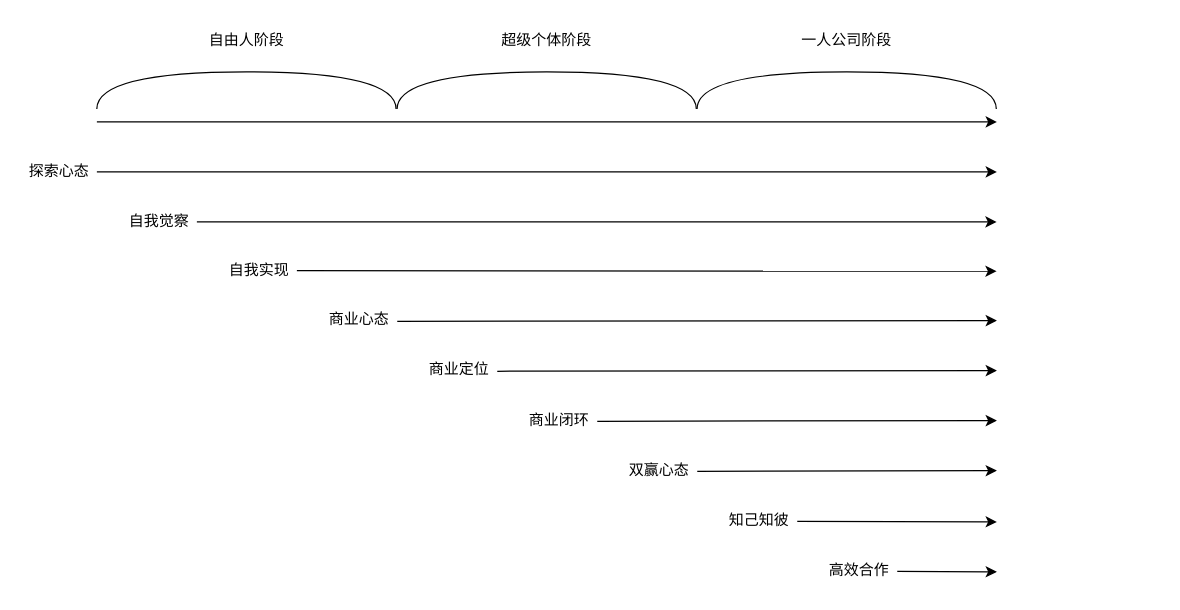
Before: 自由人成长体系.drawio in youyusan/life_system, a draw.io diagram. Source tidied: cells renumbered, new cells numbered last; positions are measured from the earlier drawing's top-left corner, leaving out a move shared by most shapes. Both pictures are drawn from the tidied source at 125%, with x=0, y=0 at pixel (21, -60).
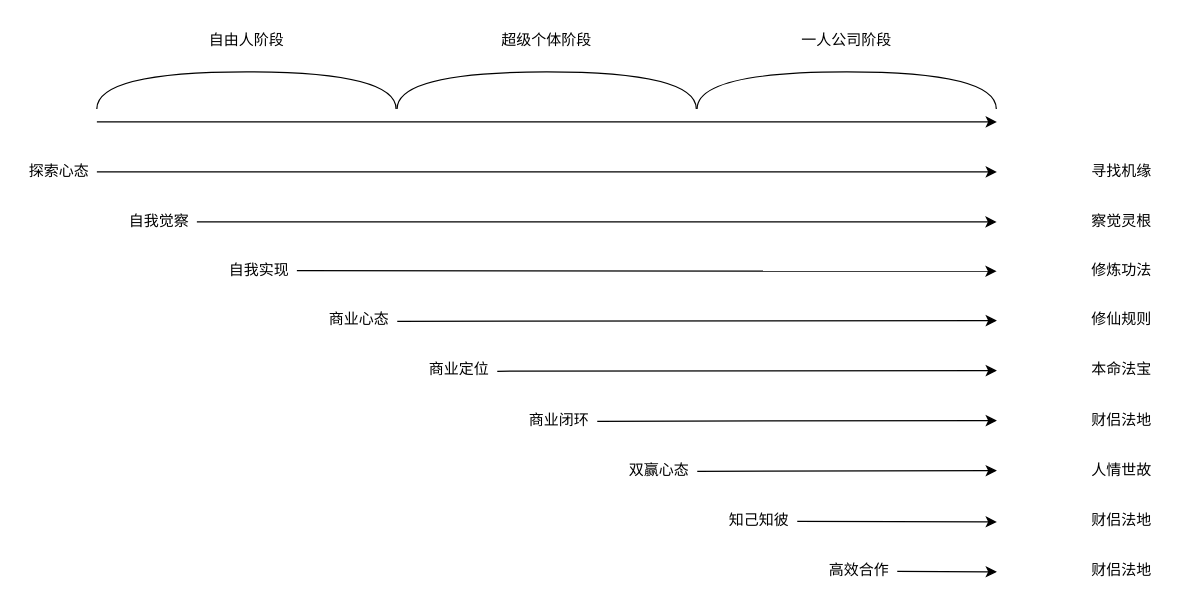
Above is the later version.

Commit message (it also covers changes not shown here):
更新自由人成长体系.drawio

The edit, as a diff of the source:
```diff
@@
+    <mxCell id="27" value="寻找机缘" style="text;html=1;align=center;verticalAlign=middle;whiteSpace=wrap;rounded=0;" parent="1" vertex="1">
+      <mxGeometry x="850" y="170" width="60" height="30" as="geometry" />
+    </mxCell>
+    <mxCell id="28" value="察觉灵根" style="text;html=1;align=center;verticalAlign=middle;whiteSpace=wrap;rounded=0;" parent="1" vertex="1">
+      <mxGeometry x="850" y="209.5" width="60" height="30" as="geometry" />
+    </mxCell>
+    <mxCell id="29" value="修炼功法" style="text;html=1;align=center;verticalAlign=middle;whiteSpace=wrap;rounded=0;" parent="1" vertex="1">
+      <mxGeometry x="850" y="249" width="60" height="30" as="geometry" />
+    </mxCell>
+    <mxCell id="30" value="修仙规则" style="text;html=1;align=center;verticalAlign=middle;whiteSpace=wrap;rounded=0;" parent="1" vertex="1">
+      <mxGeometry x="850" y="288" width="60" height="30" as="geometry" />
+    </mxCell>
+    <mxCell id="31" value="本命法宝" style="text;html=1;align=center;verticalAlign=middle;whiteSpace=wrap;rounded=0;" parent="1" vertex="1">
+      <mxGeometry x="850" y="328" width="60" height="30" as="geometry" />
+    </mxCell>
+    <mxCell id="32" value="财侣法地" style="text;html=1;align=center;verticalAlign=middle;whiteSpace=wrap;rounded=0;" parent="1" vertex="1">
+      <mxGeometry x="850" y="369" width="60" height="30" as="geometry" />
+    </mxCell>
+    <mxCell id="33" value="人情世故" style="text;html=1;align=center;verticalAlign=middle;whiteSpace=wrap;rounded=0;" parent="1" vertex="1">
+      <mxGeometry x="850" y="409" width="60" height="30" as="geometry" />
+    </mxCell>
+    <mxCell id="34" value="财侣法地" style="text;html=1;align=center;verticalAlign=middle;whiteSpace=wrap;rounded=0;" parent="1" vertex="1">
+      <mxGeometry x="850" y="449" width="60" height="30" as="geometry" />
+    </mxCell>
+    <mxCell id="35" value="财侣法地" style="text;html=1;align=center;verticalAlign=middle;whiteSpace=wrap;rounded=0;" parent="1" vertex="1">
+      <mxGeometry x="850" y="489" width="60" height="30" as="geometry" />
+    </mxCell>
```
